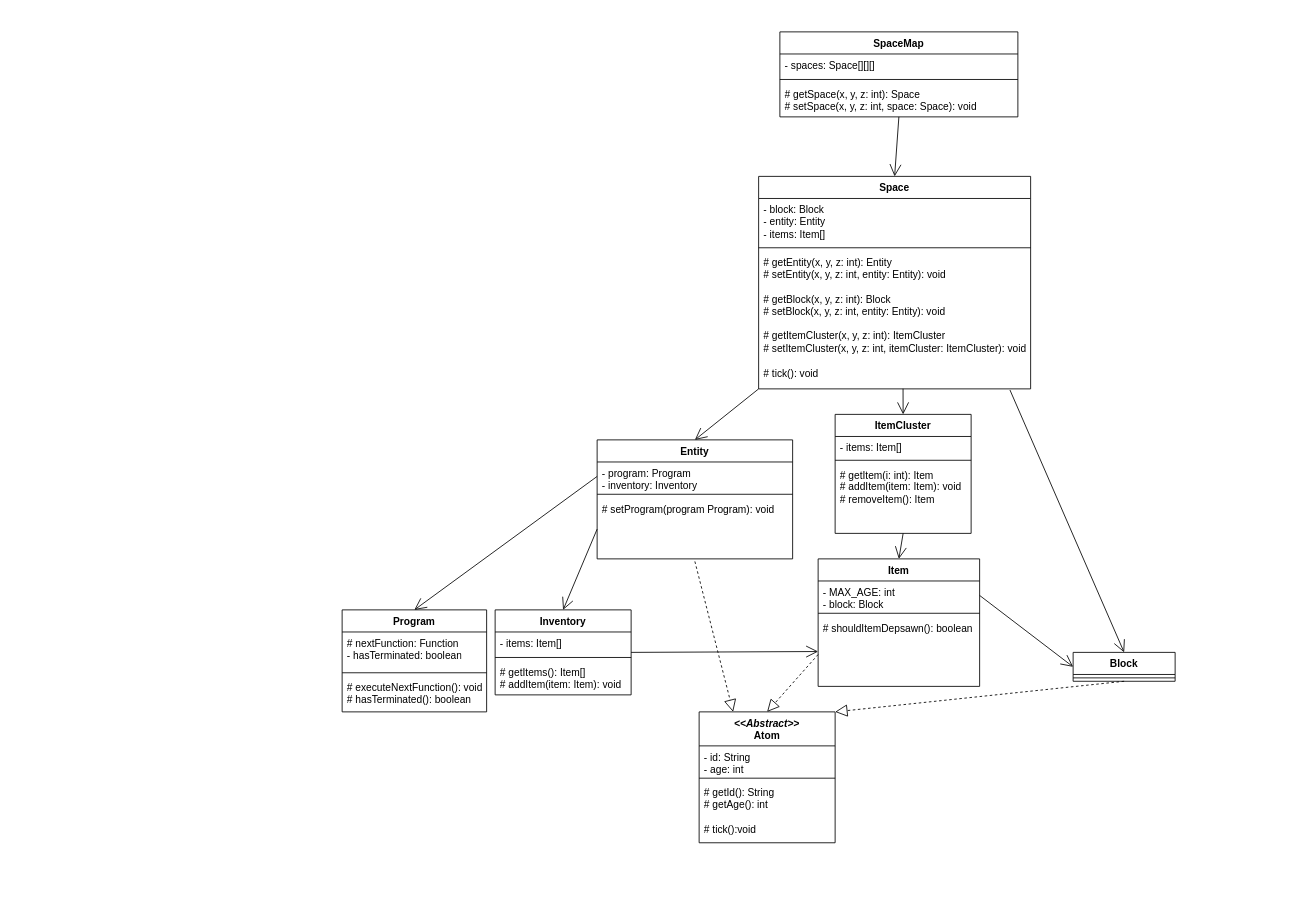
Above: Untitled Diagram.drawio in Scapsters/CCRetweaked (draw.io), before the change. Source tidied: cells renumbered, new cells numbered last; positions are measured from the earlier drawing's top-left corner, leaving out a move shared by most shapes. Both pictures are drawn from the tidied source at 85%, with x=0, y=0 at pixel (342, 31).
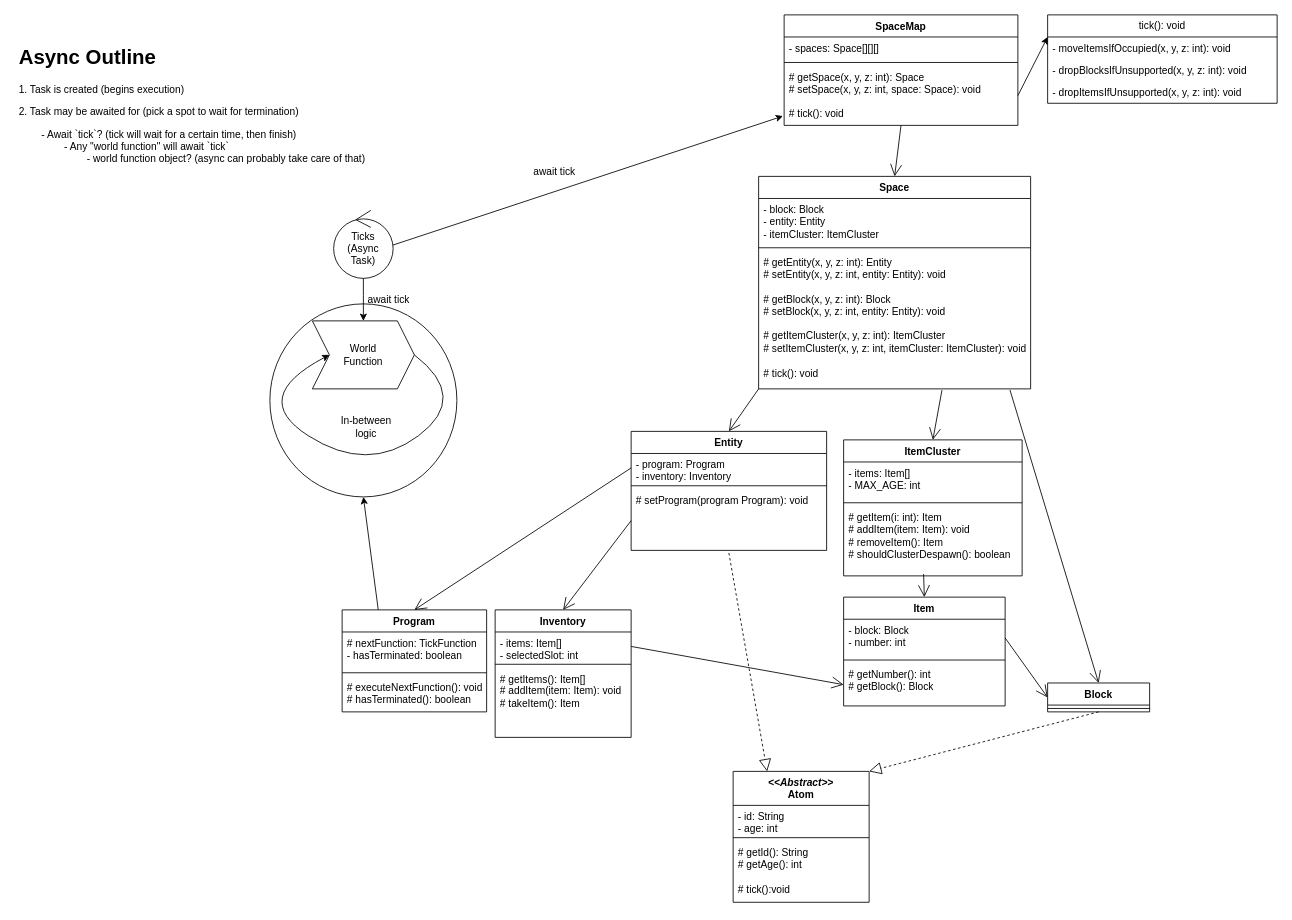
Above is the later version.

Commit message:
Add basic async outline, simplify class structures, and add some tick annotation

The change refers to these unchanged cells:
```xml
<mxCell id="6" value="Space" style="swimlane;fontStyle=1;align=center;verticalAlign=top;horizontal=1;startSize=26;whiteSpace=wrap;html=1;" parent="1" vertex="1">
  <mxGeometry x="490" y="170" width="320" height="250" as="geometry" />
</mxCell>
<mxCell id="38" value="Program" style="swimlane;fontStyle=1;align=center;verticalAlign=top;horizontal=1;startSize=26;whiteSpace=wrap;html=1;" parent="1" vertex="1">
  <mxGeometry y="680" width="170" height="120" as="geometry" />
</mxCell>
```

The edit, as a diff of the source:
```diff
@@
+    <mxCell id="50" style="ellipse;whiteSpace=wrap;html=1;" parent="1" vertex="1">
+      <mxGeometry x="-85" y="320" width="220" height="227.1" as="geometry" />
+    </mxCell>
     <mxCell id="2" value="SpaceMap" style="swimlane;fontStyle=1;align=center;verticalAlign=top;horizontal=1;startSize=26;whiteSpace=wrap;html=1;" parent="1" vertex="1">
-      <mxGeometry x="515" width="280" height="100" as="geometry" />
+      <mxGeometry x="520" y="-20" width="275" height="130" as="geometry" />
     </mxCell>
     <mxCell id="3" value="- spaces: Space[][][]" style="text;strokeColor=none;fillColor=none;align=left;verticalAlign=top;spacingLeft=4;spacingRight=4;overflow=hidden;whiteSpace=wrap;html=1;" parent="2" vertex="1">
-      <mxGeometry y="26" width="280" height="26" as="geometry" />
+      <mxGeometry y="26" width="275" height="26" as="geometry" />
     </mxCell>
     <mxCell id="4" style="line;strokeWidth=1;fillColor=none;align=left;verticalAlign=middle;spacingTop=-1;spacingLeft=3;spacingRight=3;labelPosition=right;strokeColor=inherit;" parent="2" vertex="1">
-      <mxGeometry y="52" width="280" height="8" as="geometry" />
+      <mxGeometry y="52" width="275" height="8" as="geometry" />
     </mxCell>
-    <mxCell id="5" value="&lt;div&gt;# getSpace(x, y, z: int): Space&lt;div&gt;# setSpace(x, y, z: int, space: Space): void&lt;/div&gt;&lt;/div&gt;" style="text;strokeColor=none;fillColor=none;align=left;verticalAlign=top;spacingLeft=4;spacingRight=4;overflow=hidden;points=[[0,0.5],[1,0.5]];portConstraint=eastwest;whiteSpace=wrap;html=1;" parent="2" vertex="1">
-      <mxGeometry y="60" width="280" height="40" as="geometry" />
+    <mxCell id="5" value="&lt;div&gt;# getSpace(x, y, z: int): Space&lt;div&gt;# setSpace(x, y, z: int, space: Space): void&lt;/div&gt;&lt;/div&gt;&lt;div&gt;&lt;br&gt;&lt;/div&gt;&lt;div&gt;# tick(): void&lt;br&gt;&lt;/div&gt;" style="text;strokeColor=none;fillColor=none;align=left;verticalAlign=top;spacingLeft=4;spacingRight=4;overflow=hidden;points=[[0,0.5],[1,0.5]];portConstraint=eastwest;whiteSpace=wrap;html=1;" parent="2" vertex="1">
+      <mxGeometry y="60" width="275" height="70" as="geometry" />
     </mxCell>
@@
-    <mxCell id="7" value="&lt;div&gt;- block: Block&lt;/div&gt;&lt;div&gt;- entity: Entity&lt;br&gt;&lt;/div&gt;&lt;div&gt;- items: Item[]&lt;/div&gt;" style="text;strokeColor=none;fillColor=none;align=left;verticalAlign=top;spacingLeft=4;spacingRight=4;overflow=hidden;whiteSpace=wrap;html=1;" parent="6" vertex="1">
+    <mxCell id="7" value="&lt;div&gt;- block: Block&lt;/div&gt;&lt;div&gt;- entity: Entity&lt;br&gt;&lt;/div&gt;&lt;div&gt;- itemCluster: ItemCluster&lt;/div&gt;" style="text;strokeColor=none;fillColor=none;align=left;verticalAlign=top;spacingLeft=4;spacingRight=4;overflow=hidden;whiteSpace=wrap;html=1;" parent="6" vertex="1">
       <mxGeometry y="26" width="320" height="54" as="geometry" />
     </mxCell>
@@
-    <mxCell id="9" value="&lt;div&gt;# getEntity(x, y, z: int): Entity&lt;/div&gt;&lt;div&gt;# setEntity(x, y, z: int, entity: Entity): void&lt;/div&gt;&lt;div&gt;&lt;br&gt;&lt;/div&gt;&lt;div&gt;# getBlock(x, y, z: int): Block&lt;/div&gt;&lt;div&gt;# setBlock(x, y, z: int, entity: Entity): void&lt;/div&gt;&lt;div&gt;&lt;br&gt;&lt;/div&gt;&lt;div&gt;# getItemCluster(x, y, z: int): ItemCluster&lt;/div&gt;&lt;div&gt;# setItemCluster(x, y, z: int, itemCluster: ItemCluster): void&lt;br&gt;&lt;/div&gt;&lt;div&gt;&lt;br&gt;&lt;/div&gt;&lt;div&gt;# tick(): void&lt;br&gt;&lt;/div&gt;" style="text;strokeColor=none;fillColor=none;align=left;verticalAlign=top;spacingLeft=4;spacingRight=4;overflow=hidden;points=[[0,0.5],[1,0.5]];portConstraint=eastwest;whiteSpace=wrap;html=1;" parent="6" vertex="1">
+    <mxCell id="9" value="&lt;div&gt;# getEntity(x, y, z: int): Entity&lt;/div&gt;&lt;div&gt;# setEntity(x, y, z: int, entity: Entity): void&lt;/div&gt;&lt;div&gt;&lt;br&gt;&lt;/div&gt;&lt;div&gt;# getBlock(x, y, z: int): Block&lt;/div&gt;&lt;div&gt;# setBlock(x, y, z: int, entity: Entity): void&lt;/div&gt;&lt;div&gt;&lt;br&gt;&lt;/div&gt;&lt;div&gt;# getItemCluster(x, y, z: int): ItemCluster&lt;/div&gt;&lt;div&gt;# setItemCluster(x, y, z: int, itemCluster: ItemCluster): void&lt;br&gt;&lt;/div&gt;&lt;div&gt;&lt;br&gt;&lt;/div&gt;&lt;div&gt;# tick(): void&lt;/div&gt;" style="text;strokeColor=none;fillColor=none;align=left;verticalAlign=top;spacingLeft=4;spacingRight=4;overflow=hidden;points=[[0,0.5],[1,0.5]];portConstraint=eastwest;whiteSpace=wrap;html=1;" parent="6" vertex="1">
       <mxGeometry y="88" width="320" height="162" as="geometry" />
     </mxCell>
     <mxCell id="10" value="Block" style="swimlane;fontStyle=1;align=center;verticalAlign=top;horizontal=1;startSize=26;whiteSpace=wrap;html=1;" parent="1" vertex="1">
-      <mxGeometry x="860" y="730" width="120" height="34" as="geometry" />
+      <mxGeometry x="830" y="766" width="120" height="34" as="geometry" />
     </mxCell>
@@
     <mxCell id="12" value="Entity" style="swimlane;fontStyle=1;align=center;verticalAlign=top;horizontal=1;startSize=26;whiteSpace=wrap;html=1;" parent="1" vertex="1">
-      <mxGeometry x="300" y="480" width="230" height="140" as="geometry" />
+      <mxGeometry x="340" y="470" width="230" height="140" as="geometry" />
     </mxCell>
@@
     <mxCell id="16" value="Item" style="swimlane;fontStyle=1;align=center;verticalAlign=top;horizontal=1;startSize=26;whiteSpace=wrap;html=1;" parent="1" vertex="1">
-      <mxGeometry x="560" y="620" width="190" height="150" as="geometry" />
+      <mxGeometry x="590" y="665" width="190" height="128" as="geometry" />
     </mxCell>
-    <mxCell id="17" value="&lt;div&gt;- MAX_AGE: int&lt;/div&gt;&lt;div&gt;- block: Block&lt;br&gt;&lt;/div&gt;" style="text;strokeColor=none;fillColor=none;align=left;verticalAlign=top;spacingLeft=4;spacingRight=4;overflow=hidden;points=[[0,0.5],[1,0.5]];portConstraint=eastwest;whiteSpace=wrap;html=1;" parent="16" vertex="1">
-      <mxGeometry y="26" width="190" height="34" as="geometry" />
+    <mxCell id="17" value="- block: Block&lt;div&gt;- number: int&lt;br&gt;&lt;/div&gt;" style="text;strokeColor=none;fillColor=none;align=left;verticalAlign=top;spacingLeft=4;spacingRight=4;overflow=hidden;points=[[0,0.5],[1,0.5]];portConstraint=eastwest;whiteSpace=wrap;html=1;" parent="16" vertex="1">
+      <mxGeometry y="26" width="190" height="44" as="geometry" />
     </mxCell>
     <mxCell id="18" style="line;strokeWidth=1;fillColor=none;align=left;verticalAlign=middle;spacingTop=-1;spacingLeft=3;spacingRight=3;labelPosition=right;strokeColor=inherit;" parent="16" vertex="1">
-      <mxGeometry y="60" width="190" height="8" as="geometry" />
+      <mxGeometry y="70" width="190" height="8" as="geometry" />
     </mxCell>
-    <mxCell id="19" value="# shouldItemDepsawn(): boolean" style="text;strokeColor=none;fillColor=none;align=left;verticalAlign=top;spacingLeft=4;spacingRight=4;overflow=hidden;points=[[0,0.5],[1,0.5]];portConstraint=eastwest;whiteSpace=wrap;html=1;" parent="16" vertex="1">
-      <mxGeometry y="68" width="190" height="82" as="geometry" />
+    <mxCell id="19" value="&lt;div&gt;# getNumber(): int&lt;/div&gt;&lt;div&gt;# getBlock(): Block&lt;br&gt;&lt;/div&gt;" style="text;strokeColor=none;fillColor=none;align=left;verticalAlign=top;spacingLeft=4;spacingRight=4;overflow=hidden;points=[[0,0.5],[1,0.5]];portConstraint=eastwest;whiteSpace=wrap;html=1;" parent="16" vertex="1">
+      <mxGeometry y="78" width="190" height="50" as="geometry" />
     </mxCell>
     <mxCell id="20" value="&lt;div&gt;&lt;br&gt;&lt;/div&gt;&lt;div&gt;&lt;br&gt;&lt;/div&gt;" style="text;strokeColor=none;fillColor=none;align=left;verticalAlign=top;spacingLeft=4;spacingRight=4;overflow=hidden;whiteSpace=wrap;html=1;" parent="16" vertex="1">
-      <mxGeometry y="150" width="190" as="geometry" />
+      <mxGeometry y="128" width="190" as="geometry" />
     </mxCell>
@@
     <mxCell id="24" value="&lt;div&gt;&lt;i&gt;&amp;lt;&amp;lt;Abstract&amp;gt;&amp;gt;&lt;/i&gt;&lt;br&gt;&lt;/div&gt;&lt;div&gt;Atom&lt;/div&gt;" style="swimlane;fontStyle=1;align=center;verticalAlign=top;horizontal=1;startSize=40;whiteSpace=wrap;html=1;" parent="1" vertex="1">
-      <mxGeometry x="420" y="800" width="160" height="154" as="geometry" />
+      <mxGeometry x="460" y="870" width="160" height="154" as="geometry" />
     </mxCell>
@@
-    <mxCell id="30" style="endArrow=block;dashed=1;endFill=0;endSize=12;html=1;rounded=0;entryX=0.5;entryY=0;entryDx=0;entryDy=0;exitX=0;exitY=0.75;exitDx=0;exitDy=0;" parent="1" edge="1" source="16" target="24">
-      <mxGeometry relative="1" as="geometry" />
-    </mxCell>
     <mxCell id="31" value="ItemCluster" style="swimlane;fontStyle=1;align=center;verticalAlign=top;horizontal=1;startSize=26;whiteSpace=wrap;html=1;" parent="1" vertex="1">
-      <mxGeometry x="580" y="450" width="160" height="140" as="geometry" />
+      <mxGeometry x="590" y="480" width="210" height="160" as="geometry" />
     </mxCell>
-    <mxCell id="32" value="- items: Item[]" style="text;strokeColor=none;fillColor=none;align=left;verticalAlign=top;spacingLeft=4;spacingRight=4;overflow=hidden;whiteSpace=wrap;html=1;" parent="31" vertex="1">
-      <mxGeometry y="26" width="160" height="24" as="geometry" />
+    <mxCell id="32" value="&lt;div&gt;- items: Item[]&lt;/div&gt;&lt;div&gt;- MAX_AGE: int&lt;br&gt;&lt;/div&gt;" style="text;strokeColor=none;fillColor=none;align=left;verticalAlign=top;spacingLeft=4;spacingRight=4;overflow=hidden;whiteSpace=wrap;html=1;" parent="31" vertex="1">
+      <mxGeometry y="26" width="210" height="44" as="geometry" />
     </mxCell>
     <mxCell id="33" style="line;strokeWidth=1;fillColor=none;align=left;verticalAlign=middle;spacingTop=-1;spacingLeft=3;spacingRight=3;labelPosition=right;strokeColor=inherit;" parent="31" vertex="1">
-      <mxGeometry y="50" width="160" height="8" as="geometry" />
+      <mxGeometry y="70" width="210" height="8" as="geometry" />
     </mxCell>
-    <mxCell id="34" value="&lt;div&gt;# getItem(i: int): Item&lt;/div&gt;&lt;div&gt;# addItem(item: Item): void&lt;/div&gt;&lt;div&gt;# removeItem(): Item&lt;br&gt;&lt;/div&gt;" style="text;strokeColor=none;fillColor=none;align=left;verticalAlign=top;spacingLeft=4;spacingRight=4;overflow=hidden;points=[[0,0.5],[1,0.5]];portConstraint=eastwest;whiteSpace=wrap;html=1;" parent="31" vertex="1">
-      <mxGeometry y="58" width="160" height="82" as="geometry" />
+    <mxCell id="34" value="&lt;div&gt;# getItem(i: int): Item&lt;/div&gt;&lt;div&gt;# addItem(item: Item): void&lt;/div&gt;&lt;div&gt;# removeItem(): Item&lt;/div&gt;&lt;div&gt;# shouldClusterDespawn(): boolean&lt;br&gt;&lt;/div&gt;" style="text;strokeColor=none;fillColor=none;align=left;verticalAlign=top;spacingLeft=4;spacingRight=4;overflow=hidden;points=[[0,0.5],[1,0.5]];portConstraint=eastwest;whiteSpace=wrap;html=1;" parent="31" vertex="1">
+      <mxGeometry y="78" width="210" height="82" as="geometry" />
     </mxCell>
     <mxCell id="35" value="&lt;div&gt;&lt;br&gt;&lt;/div&gt;&lt;div&gt;&lt;br&gt;&lt;/div&gt;" style="text;strokeColor=none;fillColor=none;align=left;verticalAlign=top;spacingLeft=4;spacingRight=4;overflow=hidden;whiteSpace=wrap;html=1;" parent="31" vertex="1">
-      <mxGeometry y="140" width="160" as="geometry" />
+      <mxGeometry y="160" width="210" as="geometry" />
     </mxCell>
-    <mxCell id="36" style="endArrow=open;endFill=1;endSize=12;html=1;rounded=0;exitX=0.5;exitY=1;exitDx=0;exitDy=0;entryX=0.5;entryY=0;entryDx=0;entryDy=0;" parent="1" edge="1" source="31" target="16">
+    <mxCell id="36" style="endArrow=open;endFill=1;endSize=12;html=1;rounded=0;exitX=0.448;exitY=0.974;exitDx=0;exitDy=0;entryX=0.5;entryY=0;entryDx=0;entryDy=0;exitPerimeter=0;" parent="1" edge="1" source="34" target="16">
       <mxGeometry relative="1" as="geometry" />
     </mxCell>
-    <mxCell id="37" style="endArrow=open;endFill=1;endSize=12;html=1;rounded=0;entryX=0.5;entryY=0;entryDx=0;entryDy=0;exitX=0.531;exitY=0.999;exitDx=0;exitDy=0;exitPerimeter=0;" parent="1" edge="1" source="9" target="31">
+    <mxCell id="37" style="endArrow=open;endFill=1;endSize=12;html=1;rounded=0;entryX=0.5;entryY=0;entryDx=0;entryDy=0;exitX=0.674;exitY=1.009;exitDx=0;exitDy=0;exitPerimeter=0;" parent="1" edge="1" source="9" target="31">
       <mxGeometry relative="1" as="geometry" />
     </mxCell>
@@
-    <mxCell id="39" value="&lt;div&gt;# nextFunction: Function&lt;/div&gt;&lt;div&gt;- hasTerminated: boolean&lt;br&gt;&lt;/div&gt;" style="text;strokeColor=none;fillColor=none;align=left;verticalAlign=top;spacingLeft=4;spacingRight=4;overflow=hidden;whiteSpace=wrap;html=1;" parent="38" vertex="1">
+    <mxCell id="39" value="&lt;div&gt;# nextFunction: TickFunction&lt;br&gt;&lt;/div&gt;&lt;div&gt;- hasTerminated: boolean&lt;br&gt;&lt;/div&gt;" style="text;strokeColor=none;fillColor=none;align=left;verticalAlign=top;spacingLeft=4;spacingRight=4;overflow=hidden;whiteSpace=wrap;html=1;" parent="38" vertex="1">
       <mxGeometry y="26" width="170" height="44" as="geometry" />
     </mxCell>
@@
     <mxCell id="43" value="Inventory" style="swimlane;fontStyle=1;align=center;verticalAlign=top;horizontal=1;startSize=26;whiteSpace=wrap;html=1;" parent="1" vertex="1">
-      <mxGeometry x="180" y="680" width="160" height="100" as="geometry" />
+      <mxGeometry x="180" y="680" width="160" height="150" as="geometry" />
     </mxCell>
-    <mxCell id="44" value="- items: Item[]" style="text;strokeColor=none;fillColor=none;align=left;verticalAlign=top;spacingLeft=4;spacingRight=4;overflow=hidden;points=[[0,0.5],[1,0.5]];portConstraint=eastwest;whiteSpace=wrap;html=1;" parent="43" vertex="1">
-      <mxGeometry y="26" width="160" height="26" as="geometry" />
+    <mxCell id="44" value="&lt;div&gt;- items: Item[]&lt;/div&gt;&lt;div&gt;- selectedSlot: int&lt;br&gt;&lt;/div&gt;" style="text;strokeColor=none;fillColor=none;align=left;verticalAlign=top;spacingLeft=4;spacingRight=4;overflow=hidden;points=[[0,0.5],[1,0.5]];portConstraint=eastwest;whiteSpace=wrap;html=1;" parent="43" vertex="1">
+      <mxGeometry y="26" width="160" height="34" as="geometry" />
     </mxCell>
     <mxCell id="45" style="line;strokeWidth=1;fillColor=none;align=left;verticalAlign=middle;spacingTop=-1;spacingLeft=3;spacingRight=3;labelPosition=right;strokeColor=inherit;" parent="43" vertex="1">
-      <mxGeometry y="52" width="160" height="8" as="geometry" />
+      <mxGeometry y="60" width="160" height="8" as="geometry" />
     </mxCell>
-    <mxCell id="46" value="&lt;div&gt;# getItems(): Item[]&lt;br&gt;&lt;/div&gt;&lt;div&gt;# addItem(item: Item): void&lt;/div&gt;" style="text;strokeColor=none;fillColor=none;align=left;verticalAlign=top;spacingLeft=4;spacingRight=4;overflow=hidden;whiteSpace=wrap;html=1;" parent="43" vertex="1">
-      <mxGeometry y="60" width="160" height="40" as="geometry" />
+    <mxCell id="46" value="&lt;div&gt;# getItems(): Item[]&lt;br&gt;&lt;/div&gt;&lt;div&gt;# addItem(item: Item): void&lt;/div&gt;&lt;div&gt;# takeItem(): Item&lt;br&gt;&lt;/div&gt;" style="text;strokeColor=none;fillColor=none;align=left;verticalAlign=top;spacingLeft=4;spacingRight=4;overflow=hidden;whiteSpace=wrap;html=1;" parent="43" vertex="1">
+      <mxGeometry y="68" width="160" height="82" as="geometry" />
     </mxCell>
@@
-    <mxCell id="49" style="endArrow=open;endFill=1;endSize=12;html=1;rounded=0;exitX=1;exitY=0.5;exitDx=0;exitDy=0;entryX=0;entryY=0.5;entryDx=0;entryDy=0;" parent="1" edge="1" source="43" target="19">
+    <mxCell id="49" style="endArrow=open;endFill=1;endSize=12;html=1;rounded=0;exitX=1;exitY=0.5;exitDx=0;exitDy=0;entryX=0;entryY=0.5;entryDx=0;entryDy=0;" parent="1" edge="1" source="44" target="19">
       <mxGeometry relative="1" as="geometry" />
     </mxCell>
+    <mxCell id="51" value="&lt;h1&gt;Async Outline&lt;br&gt;&lt;/h1&gt;&lt;p&gt;1. Task is created (begins execution)&lt;/p&gt;&lt;p&gt;2. Task may be awaited for (pick a spot to wait for termination)&lt;br&gt;&lt;/p&gt;&lt;div&gt;&lt;span style=&quot;white-space: pre;&quot;&gt;&#9;&lt;/span&gt;- Await `tick`? (tick will wait for a certain time, then finish)&lt;/div&gt;&lt;div&gt;&lt;span style=&quot;white-space: pre;&quot;&gt;&#9;&lt;/span&gt;&lt;span style=&quot;white-space: pre;&quot;&gt;&#9;&lt;/span&gt;- Any &quot;world function&quot; will await `tick`&lt;/div&gt;&lt;div&gt;&lt;span style=&quot;white-space: pre;&quot;&gt;&#9;&lt;/span&gt;&lt;span style=&quot;white-space: pre;&quot;&gt;&#9;&lt;/span&gt;&lt;span style=&quot;white-space: pre;&quot;&gt;&#9;&lt;/span&gt;- world function object? (async can probably take care of that)&lt;br&gt;&lt;/div&gt;" style="text;html=1;strokeColor=none;fillColor=none;spacing=5;spacingTop=-20;whiteSpace=wrap;overflow=hidden;rounded=0;" parent="1" vertex="1">
+      <mxGeometry x="-385" y="10" width="460" height="210" as="geometry" />
+    </mxCell>
+    <mxCell id="52" value="&lt;div&gt;Ticks&lt;/div&gt;&lt;div&gt;(Async&lt;/div&gt;&lt;div&gt;Task)&lt;br&gt;&lt;/div&gt;" style="ellipse;shape=umlControl;whiteSpace=wrap;html=1;" parent="1" vertex="1">
+      <mxGeometry x="-10" y="210" width="70" height="80" as="geometry" />
+    </mxCell>
+    <mxCell id="53" value="&lt;div&gt;World&lt;/div&gt;&lt;div&gt;Function&lt;br&gt;&lt;/div&gt;" style="shape=step;perimeter=stepPerimeter;whiteSpace=wrap;html=1;fixedSize=1;" parent="1" vertex="1">
+      <mxGeometry x="-35" y="340" width="120" height="80" as="geometry" />
+    </mxCell>
+    <mxCell id="54" style="endArrow=classic;html=1;rounded=0;entryX=0.5;entryY=0;entryDx=0;entryDy=0;" parent="1" edge="1" target="53">
+      <mxGeometry relative="1" as="geometry">
+        <mxPoint x="25" y="290" as="sourcePoint" />
+        <Array as="points">
+          <mxPoint x="25" y="310" />
+        </Array>
+      </mxGeometry>
+    </mxCell>
+    <mxCell id="55" style="curved=1;endArrow=classic;html=1;rounded=0;exitX=1;exitY=0.5;exitDx=0;exitDy=0;entryX=0;entryY=0.5;entryDx=0;entryDy=0;" parent="1" edge="1" source="53" target="53">
+      <mxGeometry relative="1" as="geometry">
+        <Array as="points">
+          <mxPoint x="150" y="430" />
+          <mxPoint x="30" y="520" />
+          <mxPoint x="-110" y="430" />
+        </Array>
+      </mxGeometry>
+    </mxCell>
+    <mxCell id="56" value="In-between logic" style="text;html=1;strokeColor=none;fillColor=none;align=center;verticalAlign=middle;whiteSpace=wrap;rounded=0;" parent="1" vertex="1">
+      <mxGeometry x="-14" y="450" width="85" height="30" as="geometry" />
+    </mxCell>
+    <mxCell id="57" value="await tick" style="text;html=1;strokeColor=none;fillColor=none;align=center;verticalAlign=middle;whiteSpace=wrap;rounded=0;" parent="1" vertex="1">
+      <mxGeometry x="25" y="300" width="60" height="30" as="geometry" />
+    </mxCell>
+    <mxCell id="58" style="endArrow=classic;html=1;rounded=0;exitX=0.998;exitY=0.51;exitDx=0;exitDy=0;exitPerimeter=0;entryX=-0.005;entryY=0.844;entryDx=0;entryDy=0;entryPerimeter=0;" parent="1" edge="1" source="52" target="5">
+      <mxGeometry relative="1" as="geometry" />
+    </mxCell>
+    <mxCell id="59" value="await tick" style="text;html=1;strokeColor=none;fillColor=none;align=center;verticalAlign=middle;whiteSpace=wrap;rounded=0;" parent="1" vertex="1">
+      <mxGeometry x="220" y="150" width="60" height="30" as="geometry" />
+    </mxCell>
+    <mxCell id="60" style="endArrow=classic;html=1;rounded=0;exitX=0.25;exitY=0;exitDx=0;exitDy=0;entryX=0.5;entryY=1;entryDx=0;entryDy=0;" parent="1" edge="1" source="38" target="50">
+      <mxGeometry relative="1" as="geometry" />
+    </mxCell>
+    <mxCell id="61" value="tick(): void" style="swimlane;fontStyle=0;horizontal=1;startSize=26;fillColor=none;whiteSpace=wrap;html=1;" parent="1" vertex="1">
+      <mxGeometry x="830" y="-20" width="270" height="104" as="geometry" />
+    </mxCell>
+    <mxCell id="62" value="- moveItemsIfOccupied(x, y, z: int): void" style="text;strokeColor=none;fillColor=none;align=left;verticalAlign=top;spacingLeft=4;spacingRight=4;overflow=hidden;whiteSpace=wrap;html=1;" parent="61" vertex="1">
+      <mxGeometry y="26" width="270" height="26" as="geometry" />
+    </mxCell>
+    <mxCell id="63" value="- dropBlocksIfUnsupported(x, y, z: int): void" style="text;strokeColor=none;fillColor=none;align=left;verticalAlign=top;spacingLeft=4;spacingRight=4;overflow=hidden;whiteSpace=wrap;html=1;" parent="61" vertex="1">
+      <mxGeometry y="52" width="270" height="26" as="geometry" />
+    </mxCell>
+    <mxCell id="64" value="- dropItemsIfUnsupported(x, y, z: int): void" style="text;strokeColor=none;fillColor=none;align=left;verticalAlign=top;spacingLeft=4;spacingRight=4;overflow=hidden;whiteSpace=wrap;html=1;" parent="61" vertex="1">
+      <mxGeometry y="78" width="270" height="26" as="geometry" />
+    </mxCell>
+    <mxCell id="65" style="endArrow=classic;html=1;rounded=0;exitX=1;exitY=0.5;exitDx=0;exitDy=0;entryX=0;entryY=0.25;entryDx=0;entryDy=0;" parent="1" edge="1" source="5" target="61">
+      <mxGeometry relative="1" as="geometry" />
+    </mxCell>
```
